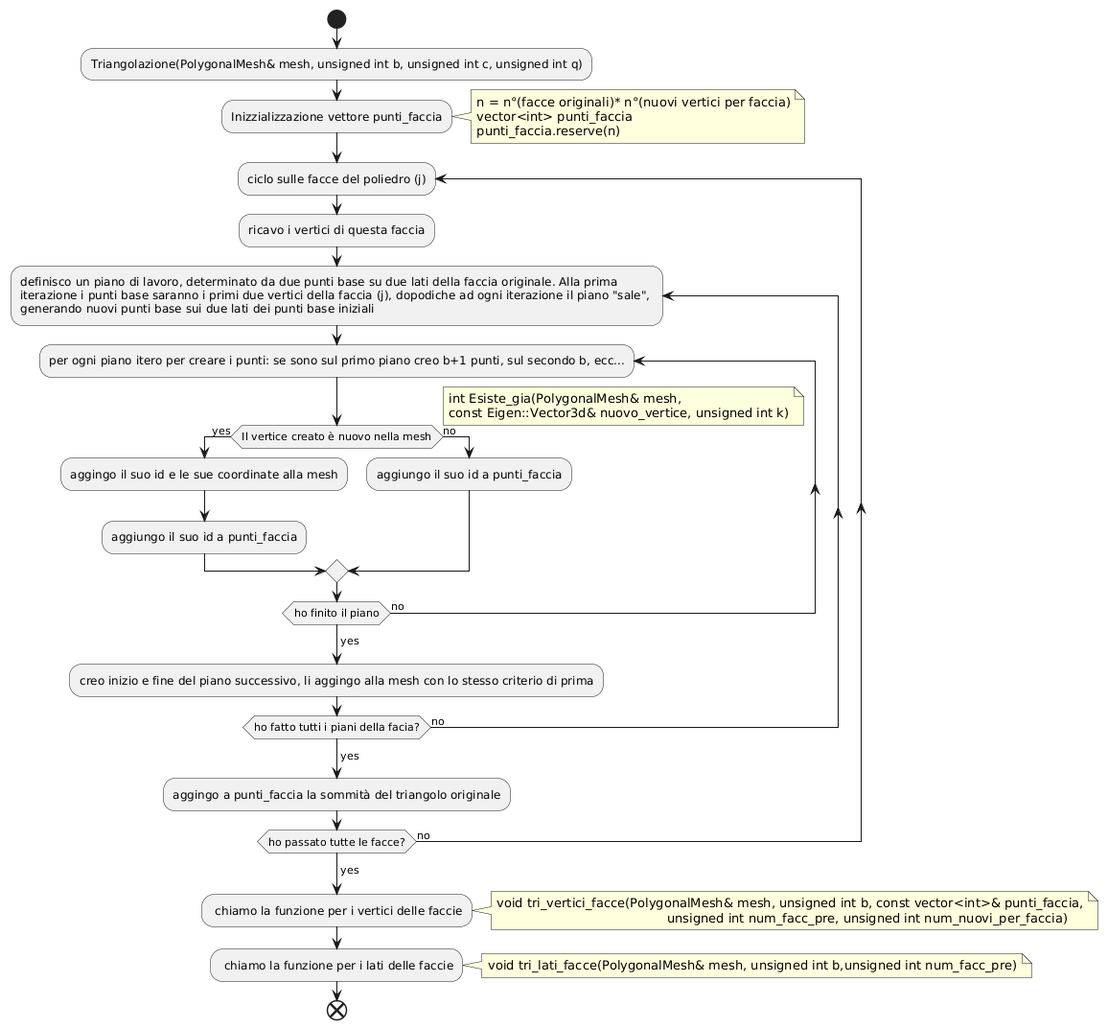
This is Documentazione UML/File png/Triangolazione_1.png from ElenaFaraci/PCS_project_2025, a PlantUML export, as it was before one commit.
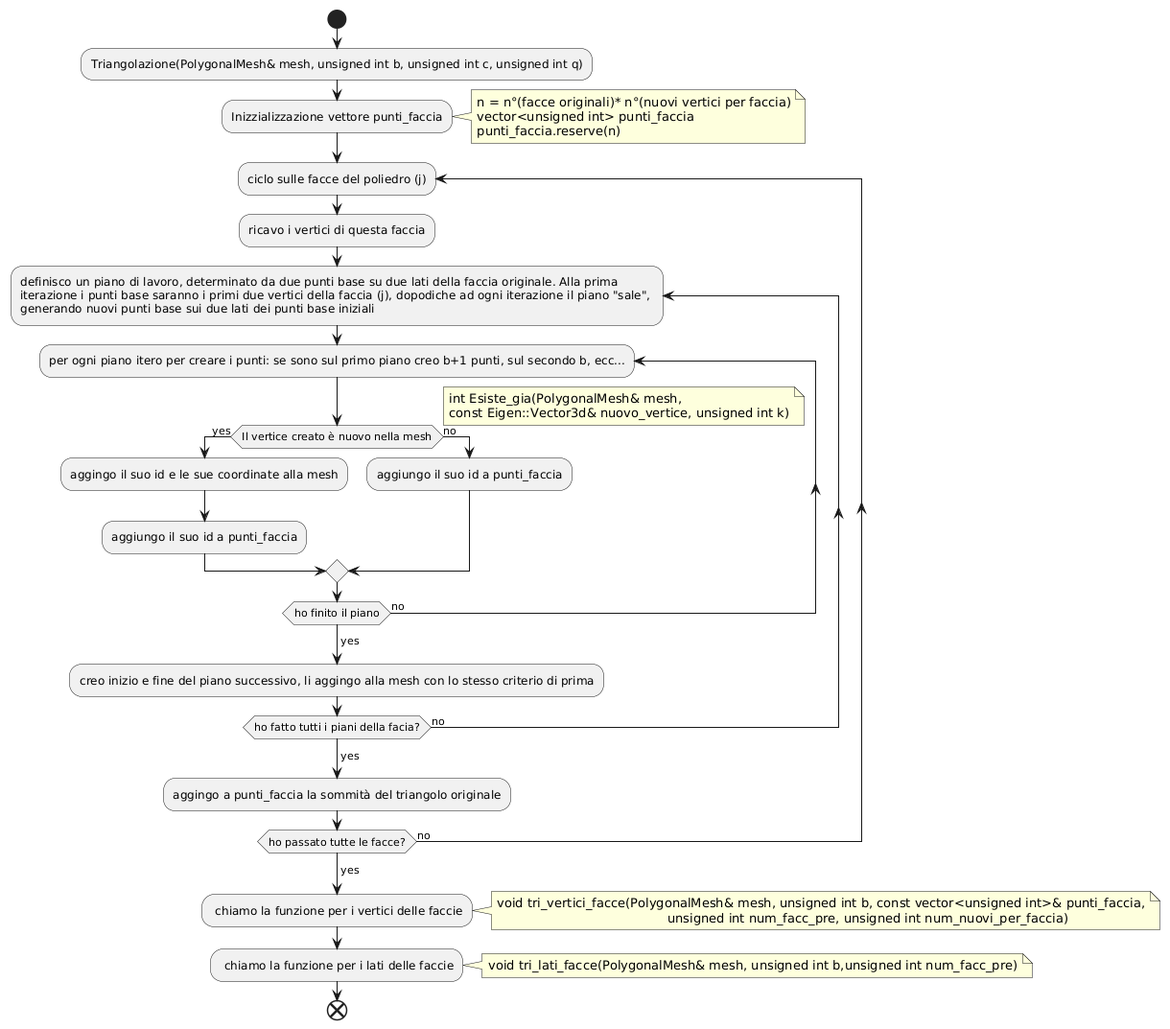
After the commit.

Change to the diagram source:
```diff
@@ -4,7 +4,7 @@
 :Inizzializzazione vettore punti_faccia;
  note right
 n = n°(facce originali)* n°(nuovi vertici per faccia)
-vector<int> punti_faccia
+vector<unsigned int> punti_faccia
 punti_faccia.reserve(n)
    end note
 
@@ -37,7 +37,7 @@
 ->yes;
 : chiamo la funzione per i vertici delle faccie;
 note right
-void tri_vertici_facce(PolygonalMesh& mesh, unsigned int b, const vector<int>& punti_faccia,
+void tri_vertici_facce(PolygonalMesh& mesh, unsigned int b, const vector<unsigned int>& punti_faccia,
 					   unsigned int num_facc_pre, unsigned int num_nuovi_per_faccia)
 end note
 : chiamo la funzione per i lati delle faccie;
```
